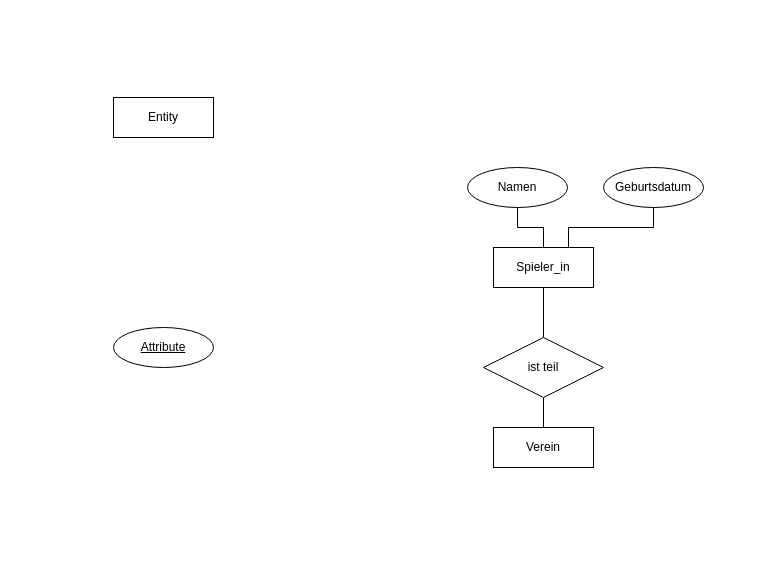
Above: Turnierdatenbank-ER-Modell.drawio in jk10274/static (draw.io), before the change. Source tidied: cells renumbered, new cells numbered last; positions are measured from the earlier drawing's top-left corner, leaving out a move shared by most shapes. Both pictures are drawn from the tidied source at 100%, with x=0, y=0 at pixel (113, 97).
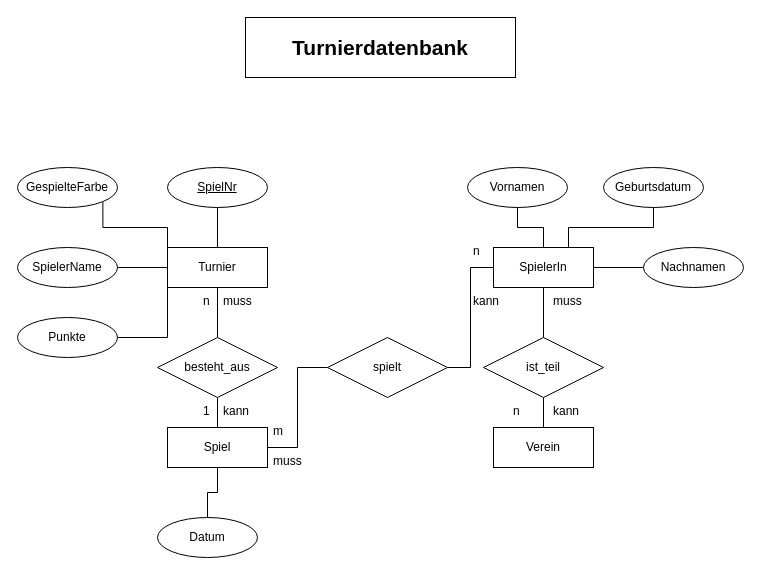
After the change.

Change to the diagram source:
```diff
@@
-    <mxCell id="4" value="ist teil" style="shape=rhombus;perimeter=rhombusPerimeter;whiteSpace=wrap;html=1;align=center;" parent="1" vertex="1">
+    <mxCell id="4" value="ist_teil" style="shape=rhombus;perimeter=rhombusPerimeter;whiteSpace=wrap;html=1;align=center;" parent="1" vertex="1">
       <mxGeometry x="370" y="240" width="120" height="60" as="geometry" />
     </mxCell>
@@
-    <mxCell id="6" value="Namen" style="ellipse;whiteSpace=wrap;html=1;align=center;" parent="1" vertex="1">
+    <mxCell id="6" value="Vornamen" style="ellipse;whiteSpace=wrap;html=1;align=center;" parent="1" vertex="1">
       <mxGeometry x="354" y="70" width="100" height="40" as="geometry" />
     </mxCell>
-    <mxCell id="7" value="Attribute" style="ellipse;whiteSpace=wrap;html=1;align=center;fontStyle=4;" parent="1" vertex="1">
-      <mxGeometry y="230" width="100" height="40" as="geometry" />
-    </mxCell>
-    <mxCell id="8" value="Entity" style="whiteSpace=wrap;html=1;align=center;" parent="1" vertex="1">
-      <mxGeometry width="100" height="40" as="geometry" />
-    </mxCell>
-    <mxCell id="9" value="Spieler_in" style="whiteSpace=wrap;html=1;align=center;" parent="1" vertex="1">
+    <mxCell id="9" value="SpielerIn" style="whiteSpace=wrap;html=1;align=center;" parent="1" vertex="1">
       <mxGeometry x="380" y="150" width="100" height="40" as="geometry" />
     </mxCell>
@@
+    <mxCell id="13" style="edgeStyle=orthogonalEdgeStyle;rounded=0;jettySize=auto;html=1;entryX=0.5;entryY=0;entryDx=0;entryDy=0;endArrow=none;endFill=0;" parent="1" edge="1" source="14" target="21">
+      <mxGeometry relative="1" as="geometry" />
+    </mxCell>
+    <mxCell id="14" value="Spiel" style="whiteSpace=wrap;html=1;align=center;" parent="1" vertex="1">
+      <mxGeometry x="54" y="330" width="100" height="40" as="geometry" />
+    </mxCell>
+    <mxCell id="15" style="edgeStyle=orthogonalEdgeStyle;rounded=0;jettySize=auto;html=1;exitX=0.5;exitY=0;exitDx=0;exitDy=0;entryX=0.5;entryY=1;entryDx=0;entryDy=0;endArrow=none;endFill=0;" parent="1" edge="1" source="20" target="25">
+      <mxGeometry relative="1" as="geometry" />
+    </mxCell>
+    <mxCell id="16" style="edgeStyle=orthogonalEdgeStyle;rounded=0;jettySize=auto;html=1;exitX=0;exitY=0;exitDx=0;exitDy=0;entryX=1;entryY=1;entryDx=0;entryDy=0;endArrow=none;endFill=0;" parent="1" edge="1" source="20" target="23">
+      <mxGeometry relative="1" as="geometry" />
+    </mxCell>
+    <mxCell id="17" style="edgeStyle=orthogonalEdgeStyle;rounded=0;jettySize=auto;html=1;exitX=0;exitY=0.5;exitDx=0;exitDy=0;entryX=1;entryY=0.5;entryDx=0;entryDy=0;endArrow=none;endFill=0;" parent="1" edge="1" source="20" target="22">
+      <mxGeometry relative="1" as="geometry" />
+    </mxCell>
+    <mxCell id="18" style="edgeStyle=orthogonalEdgeStyle;rounded=0;jettySize=auto;html=1;exitX=0;exitY=1;exitDx=0;exitDy=0;entryX=1;entryY=0.5;entryDx=0;entryDy=0;endArrow=none;endFill=0;" parent="1" edge="1" source="20" target="24">
+      <mxGeometry relative="1" as="geometry" />
+    </mxCell>
+    <mxCell id="19" style="edgeStyle=orthogonalEdgeStyle;rounded=0;jettySize=auto;html=1;exitX=0.5;exitY=1;exitDx=0;exitDy=0;entryX=0.5;entryY=0;entryDx=0;entryDy=0;endArrow=none;endFill=0;" parent="1" edge="1" source="20" target="32">
+      <mxGeometry relative="1" as="geometry" />
+    </mxCell>
+    <mxCell id="20" value="Turnier" style="whiteSpace=wrap;html=1;align=center;" parent="1" vertex="1">
+      <mxGeometry x="54" y="150" width="100" height="40" as="geometry" />
+    </mxCell>
+    <mxCell id="21" value="Datum" style="ellipse;whiteSpace=wrap;html=1;align=center;" parent="1" vertex="1">
+      <mxGeometry x="44" y="420" width="100" height="40" as="geometry" />
+    </mxCell>
+    <mxCell id="22" value="SpielerName" style="ellipse;whiteSpace=wrap;html=1;align=center;" parent="1" vertex="1">
+      <mxGeometry x="-96" y="150" width="100" height="40" as="geometry" />
+    </mxCell>
+    <mxCell id="23" value="GespielteFarbe" style="ellipse;whiteSpace=wrap;html=1;align=center;" parent="1" vertex="1">
+      <mxGeometry x="-96" y="70" width="100" height="40" as="geometry" />
+    </mxCell>
+    <mxCell id="24" value="Punkte" style="ellipse;whiteSpace=wrap;html=1;align=center;" parent="1" vertex="1">
+      <mxGeometry x="-96" y="220" width="100" height="40" as="geometry" />
+    </mxCell>
+    <mxCell id="25" value="&lt;span style=&quot;text-decoration: none&quot;&gt;SpielNr&lt;/span&gt;" style="ellipse;whiteSpace=wrap;html=1;align=center;fontStyle=4;" parent="1" vertex="1">
+      <mxGeometry x="54" y="70" width="100" height="40" as="geometry" />
+    </mxCell>
+    <mxCell id="26" style="edgeStyle=orthogonalEdgeStyle;rounded=0;jettySize=auto;html=1;exitX=0;exitY=0.5;exitDx=0;exitDy=0;entryX=1;entryY=0.5;entryDx=0;entryDy=0;endArrow=none;endFill=0;" parent="1" edge="1" source="27" target="9">
+      <mxGeometry relative="1" as="geometry" />
+    </mxCell>
+    <mxCell id="27" value="Nachnamen" style="ellipse;whiteSpace=wrap;html=1;align=center;" parent="1" vertex="1">
+      <mxGeometry x="530" y="150" width="100" height="40" as="geometry" />
+    </mxCell>
+    <mxCell id="28" style="edgeStyle=orthogonalEdgeStyle;rounded=0;jettySize=auto;html=1;exitX=1;exitY=0.5;exitDx=0;exitDy=0;entryX=0;entryY=0.5;entryDx=0;entryDy=0;endArrow=none;endFill=0;" parent="1" edge="1" source="30" target="9">
+      <mxGeometry relative="1" as="geometry" />
+    </mxCell>
+    <mxCell id="29" style="edgeStyle=orthogonalEdgeStyle;rounded=0;jettySize=auto;html=1;exitX=0;exitY=0.5;exitDx=0;exitDy=0;entryX=1;entryY=0.5;entryDx=0;entryDy=0;endArrow=none;endFill=0;" parent="1" edge="1" source="30" target="14">
+      <mxGeometry relative="1" as="geometry" />
+    </mxCell>
+    <mxCell id="30" value="spielt" style="shape=rhombus;perimeter=rhombusPerimeter;whiteSpace=wrap;html=1;align=center;" parent="1" vertex="1">
+      <mxGeometry x="214" y="240" width="120" height="60" as="geometry" />
+    </mxCell>
+    <mxCell id="31" style="edgeStyle=orthogonalEdgeStyle;rounded=0;jettySize=auto;html=1;exitX=0.5;exitY=1;exitDx=0;exitDy=0;entryX=0.5;entryY=0;entryDx=0;entryDy=0;endArrow=none;endFill=0;" parent="1" edge="1" source="32" target="14">
+      <mxGeometry relative="1" as="geometry" />
+    </mxCell>
+    <mxCell id="32" value="besteht_aus" style="shape=rhombus;perimeter=rhombusPerimeter;whiteSpace=wrap;html=1;align=center;" parent="1" vertex="1">
+      <mxGeometry x="44" y="240" width="120" height="60" as="geometry" />
+    </mxCell>
+    <mxCell id="33" value="muss" style="text;strokeColor=none;fillColor=none;spacingLeft=4;spacingRight=4;overflow=hidden;fontSize=12;" parent="1" vertex="1">
+      <mxGeometry x="104" y="190" width="40" height="30" as="geometry" />
+    </mxCell>
+    <mxCell id="34" value="n" style="text;strokeColor=none;fillColor=none;spacingLeft=4;spacingRight=4;overflow=hidden;fontSize=12;" parent="1" vertex="1">
+      <mxGeometry x="354" y="140" width="20" height="30" as="geometry" />
+    </mxCell>
+    <mxCell id="35" value="n" style="text;strokeColor=none;fillColor=none;spacingLeft=4;spacingRight=4;overflow=hidden;fontSize=12;" parent="1" vertex="1">
+      <mxGeometry x="394" y="300" width="40" height="30" as="geometry" />
+    </mxCell>
+    <mxCell id="36" value="m" style="text;strokeColor=none;fillColor=none;spacingLeft=4;spacingRight=4;overflow=hidden;fontSize=12;" parent="1" vertex="1">
+      <mxGeometry x="154" y="320" width="40" height="30" as="geometry" />
+    </mxCell>
+    <mxCell id="37" value="kann" style="text;strokeColor=none;fillColor=none;spacingLeft=4;spacingRight=4;overflow=hidden;fontSize=12;" parent="1" vertex="1">
+      <mxGeometry x="434" y="300" width="40" height="30" as="geometry" />
+    </mxCell>
+    <mxCell id="38" value="kann" style="text;strokeColor=none;fillColor=none;spacingLeft=4;spacingRight=4;overflow=hidden;fontSize=12;" parent="1" vertex="1">
+      <mxGeometry x="104" y="300" width="40" height="30" as="geometry" />
+    </mxCell>
+    <mxCell id="39" value="muss" style="text;strokeColor=none;fillColor=none;spacingLeft=4;spacingRight=4;overflow=hidden;fontSize=12;" parent="1" vertex="1">
+      <mxGeometry x="154" y="350" width="40" height="30" as="geometry" />
+    </mxCell>
+    <mxCell id="40" value="muss" style="text;strokeColor=none;fillColor=none;spacingLeft=4;spacingRight=4;overflow=hidden;fontSize=12;" parent="1" vertex="1">
+      <mxGeometry x="434" y="190" width="40" height="30" as="geometry" />
+    </mxCell>
+    <mxCell id="41" value="1" style="text;strokeColor=none;fillColor=none;spacingLeft=4;spacingRight=4;overflow=hidden;fontSize=12;" parent="1" vertex="1">
+      <mxGeometry x="84" y="300" width="20" height="30" as="geometry" />
+    </mxCell>
+    <mxCell id="42" value="kann" style="text;strokeColor=none;fillColor=none;spacingLeft=4;spacingRight=4;overflow=hidden;fontSize=12;" parent="1" vertex="1">
+      <mxGeometry x="354" y="190" width="40" height="30" as="geometry" />
+    </mxCell>
+    <mxCell id="43" value="n" style="text;strokeColor=none;fillColor=none;spacingLeft=4;spacingRight=4;overflow=hidden;fontSize=12;" parent="1" vertex="1">
+      <mxGeometry x="84" y="190" width="20" height="30" as="geometry" />
+    </mxCell>
+    <mxCell id="44" value="Turnierdatenbank" style="rounded=0;whiteSpace=wrap;html=1;fontStyle=1;fontSize=21;" parent="1" vertex="1">
+      <mxGeometry x="132" y="-80" width="270" height="60" as="geometry" />
+    </mxCell>
```
